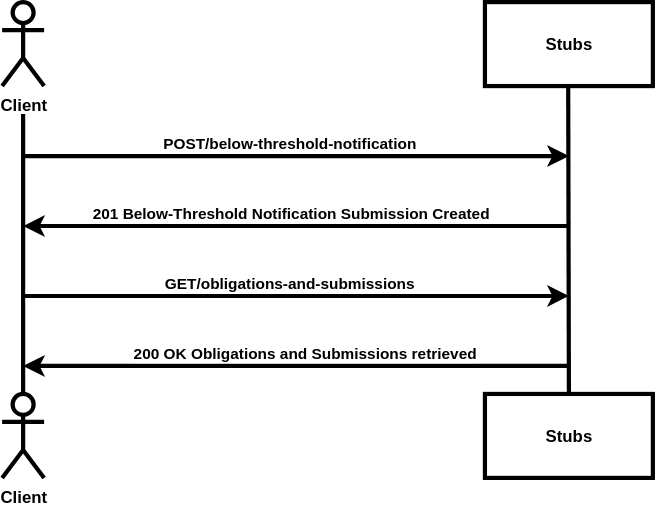
The draw.io diagram source/documentation/figures/btn-test-sequence.svg in hmrc/pillar2-service-guide, before a commit. Source tidied: cells renumbered, new cells last; positions are measured from the earlier drawing's top-left corner, leaving out a move shared by most shapes.
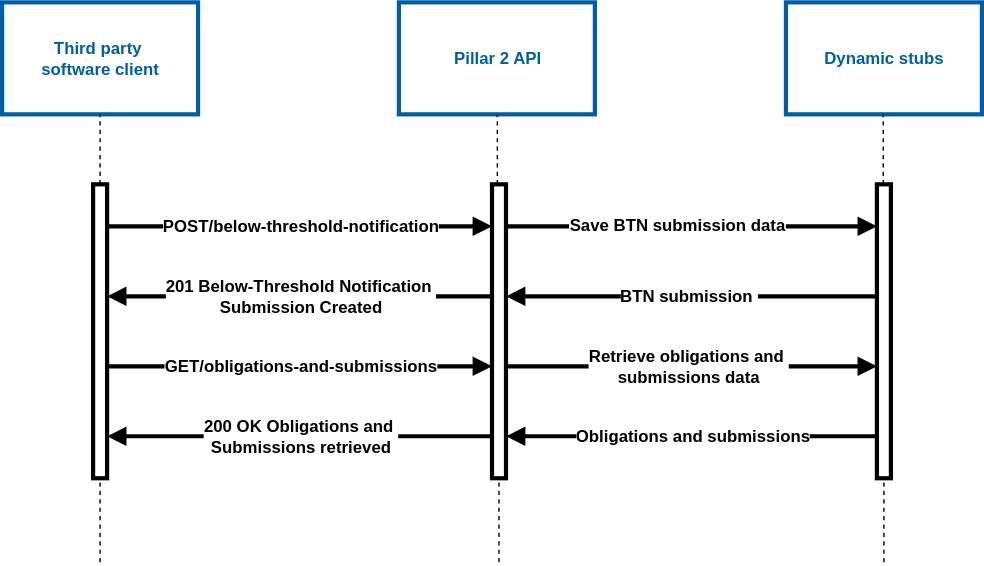
The same diagram one commit later.

Commit message:
Updated sequence diagrams

Change to the diagram source:
```diff
@@ -2,72 +2,123 @@
   <root>
     <mxCell id="0" />
     <mxCell id="1" parent="0" />
-    <mxCell id="2" value="Client" style="shape=umlActor;verticalLabelPosition=bottom;verticalAlign=top;html=1;fontStyle=1;strokeWidth=3;" parent="1" vertex="1">
-      <mxGeometry width="30" height="60" as="geometry" />
-    </mxCell>
-    <mxCell id="3" value="Client" style="shape=umlActor;verticalLabelPosition=bottom;verticalAlign=top;html=1;fontStyle=1;strokeWidth=3;" parent="1" vertex="1">
-      <mxGeometry y="280" width="30" height="60" as="geometry" />
-    </mxCell>
-    <mxCell id="4" style="endArrow=none;html=1;rounded=0;fontStyle=1;strokeWidth=3;" parent="1" edge="1">
-      <mxGeometry relative="1" as="geometry">
-        <mxPoint x="15" y="280" as="sourcePoint" />
-        <mxPoint x="15" y="80" as="targetPoint" />
-      </mxGeometry>
-    </mxCell>
-    <mxCell id="5" value="Stubs" style="rounded=0;whiteSpace=wrap;html=1;fontStyle=1;strokeWidth=3;" parent="1" vertex="1">
-      <mxGeometry x="345" width="120" height="60" as="geometry" />
-    </mxCell>
-    <mxCell id="6" value="Stubs" style="rounded=0;whiteSpace=wrap;html=1;fontStyle=1;strokeWidth=3;" parent="1" vertex="1">
-      <mxGeometry x="345" y="280" width="120" height="60" as="geometry" />
-    </mxCell>
-    <mxCell id="7" style="endArrow=none;html=1;rounded=0;exitX=0.5;exitY=0;exitDx=0;exitDy=0;fontStyle=1;strokeWidth=3;" parent="1" edge="1" source="6">
-      <mxGeometry relative="1" as="geometry">
-        <mxPoint x="404.5" y="60" as="targetPoint" />
-      </mxGeometry>
-    </mxCell>
-    <mxCell id="8" style="endArrow=classic;html=1;rounded=0;fontStyle=1;strokeWidth=3;" parent="1" edge="1">
-      <mxGeometry relative="1" as="geometry">
-        <mxPoint x="15" y="110" as="sourcePoint" />
-        <mxPoint x="405" y="110" as="targetPoint" />
-      </mxGeometry>
-    </mxCell>
+    <mxCell id="16" value="&lt;b&gt;&lt;font style=&quot;color: light-dark(rgb(0, 94, 165), rgb(237, 237, 237));&quot;&gt;Third party&amp;nbsp;&lt;/font&gt;&lt;/b&gt;&lt;div&gt;&lt;b&gt;&lt;font style=&quot;color: light-dark(rgb(0, 94, 165), rgb(237, 237, 237));&quot;&gt;software client&lt;/font&gt;&lt;/b&gt;&lt;/div&gt;" style="rounded=0;whiteSpace=wrap;html=1;strokeWidth=3;strokeColor=light-dark(#005ea5, #ededed);" parent="1" vertex="1">
+      <mxGeometry x="-25" y="50" width="140" height="80" as="geometry" />
+    </mxCell>
+    <mxCell id="17" style="endArrow=none;dashed=1;html=1;rounded=0;strokeWidth=1;" parent="1" edge="1" source="19" target="16">
+      <mxGeometry relative="1" as="geometry" />
+    </mxCell>
+    <mxCell id="18" style="endArrow=none;dashed=1;html=1;rounded=0;strokeWidth=1;" parent="1" edge="1" target="19">
+      <mxGeometry relative="1" as="geometry">
+        <mxPoint x="45" y="450" as="sourcePoint" />
+      </mxGeometry>
+    </mxCell>
+    <mxCell id="19" style="html=1;points=[[0,0,0,0,5],[0,1,0,0,-5],[1,0,0,0,5],[1,1,0,0,-5]];perimeter=orthogonalPerimeter;outlineConnect=0;targetShapes=umlLifeline;portConstraint=eastwest;newEdgeStyle={&quot;curved&quot;:0,&quot;rounded&quot;:0};strokeWidth=3;" parent="1" vertex="1">
+      <mxGeometry x="40" y="180" width="10" height="210" as="geometry" />
+    </mxCell>
+    <mxCell id="20" value="&lt;b&gt;&lt;font style=&quot;color: light-dark(rgb(0, 94, 165), rgb(237, 237, 237));&quot;&gt;Pillar 2 API&lt;/font&gt;&lt;/b&gt;" style="rounded=0;whiteSpace=wrap;html=1;strokeWidth=3;strokeColor=light-dark(#005ea5, #ededed);" parent="1" vertex="1">
+      <mxGeometry x="258.5" y="50" width="140" height="80" as="geometry" />
+    </mxCell>
+    <mxCell id="21" style="endArrow=none;dashed=1;html=1;rounded=0;strokeWidth=1;" parent="1" edge="1" source="26" target="20">
+      <mxGeometry relative="1" as="geometry" />
+    </mxCell>
+    <mxCell id="22" style="endArrow=none;dashed=1;html=1;rounded=0;strokeWidth=1;" parent="1" edge="1" target="26">
+      <mxGeometry relative="1" as="geometry">
+        <mxPoint x="330" y="450" as="sourcePoint" />
+      </mxGeometry>
+    </mxCell>
+    <mxCell id="23" style="endArrow=block;html=1;rounded=0;strokeWidth=3;endFill=1;" parent="1" edge="1" source="19" target="26">
+      <mxGeometry relative="1" as="geometry">
+        <Array as="points">
+          <mxPoint x="225" y="210" />
+        </Array>
+      </mxGeometry>
+    </mxCell>
-    <mxCell id="9" value="POST/below-threshold-notification" style="edgeLabel;html=1;align=center;verticalAlign=middle;fontStyle=1;" parent="8" vertex="1">
-      <mxGeometry x="-0.19" relative="1" as="geometry">
-        <mxPoint x="31" y="-10" as="offset" />
-      </mxGeometry>
+    <mxCell id="9" value="POST/below-threshold-notification" style="edgeLabel;html=1;align=center;verticalAlign=middle;fontStyle=1;fontSize=12;" parent="23" vertex="1">
+      <mxGeometry relative="1" as="geometry" />
     </mxCell>
-    <mxCell id="10" style="endArrow=classic;html=1;rounded=0;fontStyle=1;strokeWidth=3;" parent="1" edge="1">
-      <mxGeometry relative="1" as="geometry">
-        <mxPoint x="405" y="160" as="sourcePoint" />
-        <mxPoint x="15" y="160" as="targetPoint" />
-      </mxGeometry>
-    </mxCell>
+    <mxCell id="24" value="&lt;b style=&quot;background-color: transparent; color: light-dark(rgb(0, 0, 0), rgb(255, 255, 255));&quot;&gt;&lt;font style=&quot;color: light-dark(rgb(0, 94, 165), rgb(237, 237, 237));&quot;&gt;Dynamic stubs&lt;/font&gt;&lt;/b&gt;" style="rounded=0;whiteSpace=wrap;html=1;strokeWidth=3;strokeColor=light-dark(#005ea5, #ededed);" parent="1" vertex="1">
+      <mxGeometry x="535" y="50" width="140" height="80" as="geometry" />
+    </mxCell>
+    <mxCell id="25" style="endArrow=block;html=1;rounded=0;exitX=0.5;exitY=0.125;exitDx=0;exitDy=0;exitPerimeter=0;strokeWidth=3;endFill=1;" parent="1" edge="1" target="26">
+      <mxGeometry relative="1" as="geometry">
+        <mxPoint x="50" y="310" as="sourcePoint" />
+      </mxGeometry>
+    </mxCell>
+    <mxCell id="13" value="GET/obligations-and-submissions" style="edgeLabel;html=1;align=center;verticalAlign=middle;fontStyle=1;fontSize=12;" parent="25" vertex="1">
+      <mxGeometry relative="1" as="geometry" />
+    </mxCell>
+    <mxCell id="26" style="html=1;points=[[0,0,0,0,5],[0,1,0,0,-5],[1,0,0,0,5],[1,1,0,0,-5]];perimeter=orthogonalPerimeter;outlineConnect=0;targetShapes=umlLifeline;portConstraint=eastwest;newEdgeStyle={&quot;curved&quot;:0,&quot;rounded&quot;:0};strokeWidth=3;" parent="1" vertex="1">
+      <mxGeometry x="325" y="180" width="10" height="210" as="geometry" />
+    </mxCell>
+    <mxCell id="27" style="endArrow=block;html=1;rounded=0;strokeWidth=3;endFill=1;" parent="1" edge="1" source="26">
+      <mxGeometry relative="1" as="geometry">
+        <mxPoint x="600" y="210" as="targetPoint" />
+      </mxGeometry>
+    </mxCell>
+    <mxCell id="28" value="&lt;span style=&quot;font-size: 12px;&quot;&gt;&lt;b&gt;Save BTN submission data&lt;/b&gt;&lt;/span&gt;" style="edgeLabel;html=1;align=center;verticalAlign=middle;" parent="27" vertex="1">
+      <mxGeometry x="-0.09" y="2" relative="1" as="geometry">
+        <mxPoint x="1" y="1" as="offset" />
+      </mxGeometry>
+    </mxCell>
+    <mxCell id="29" style="endArrow=none;html=1;rounded=0;strokeWidth=3;startArrow=block;startFill=1;endFill=0;" parent="1" edge="1" source="19">
+      <mxGeometry relative="1" as="geometry">
+        <mxPoint x="325" y="260" as="targetPoint" />
+      </mxGeometry>
+    </mxCell>
-    <mxCell id="11" value="201 Below-Threshold Notification Submission Created" style="edgeLabel;html=1;align=center;verticalAlign=middle;fontStyle=1;" parent="10" vertex="1">
-      <mxGeometry x="0.13" relative="1" as="geometry">
-        <mxPoint x="20" y="-10" as="offset" />
-      </mxGeometry>
+    <mxCell id="11" value="201 Below-Threshold Notification&amp;nbsp;&lt;div&gt;Submission Created&lt;/div&gt;" style="edgeLabel;html=1;align=center;verticalAlign=middle;fontStyle=1;fontSize=12;" parent="29" vertex="1">
+      <mxGeometry relative="1" as="geometry" />
     </mxCell>
-    <mxCell id="12" style="endArrow=classic;html=1;rounded=0;fontStyle=1;strokeWidth=3;" parent="1" edge="1">
-      <mxGeometry relative="1" as="geometry">
-        <mxPoint x="15" y="210" as="sourcePoint" />
-        <mxPoint x="405" y="210" as="targetPoint" />
-      </mxGeometry>
-    </mxCell>
-    <mxCell id="13" value="GET/obligations-and-submissions" style="edgeLabel;html=1;align=center;verticalAlign=middle;fontStyle=1;" parent="12" vertex="1">
-      <mxGeometry x="-0.15" y="-2" relative="1" as="geometry">
-        <mxPoint x="23" y="-12" as="offset" />
-      </mxGeometry>
-    </mxCell>
-    <mxCell id="14" style="endArrow=classic;html=1;rounded=0;fontStyle=1;strokeWidth=3;" parent="1" edge="1">
-      <mxGeometry relative="1" as="geometry">
-        <mxPoint x="405" y="260" as="sourcePoint" />
-        <mxPoint x="15" y="260" as="targetPoint" />
-      </mxGeometry>
-    </mxCell>
+    <mxCell id="30" style="endArrow=none;html=1;rounded=0;exitX=0.5;exitY=0.125;exitDx=0;exitDy=0;exitPerimeter=0;strokeWidth=3;startArrow=block;startFill=1;endFill=0;" parent="1" edge="1">
+      <mxGeometry relative="1" as="geometry">
+        <mxPoint x="50" y="360" as="sourcePoint" />
+        <mxPoint x="325" y="360" as="targetPoint" />
+      </mxGeometry>
+    </mxCell>
-    <mxCell id="15" value="200 OK Obligations and Submissions retrieved" style="edgeLabel;html=1;align=center;verticalAlign=middle;fontStyle=1;" parent="14" vertex="1">
-      <mxGeometry y="2" relative="1" as="geometry">
-        <mxPoint x="5" y="-12" as="offset" />
-      </mxGeometry>
+    <mxCell id="15" value="200 OK Obligations and&amp;nbsp;&lt;div&gt;Submissions retrieved&lt;/div&gt;" style="edgeLabel;html=1;align=center;verticalAlign=middle;fontStyle=1;fontSize=12;" parent="30" vertex="1">
+      <mxGeometry relative="1" as="geometry" />
     </mxCell>
+    <mxCell id="31" style="endArrow=block;html=1;rounded=0;exitX=0.5;exitY=0.125;exitDx=0;exitDy=0;exitPerimeter=0;strokeWidth=3;endFill=1;" parent="1" edge="1" target="33">
+      <mxGeometry relative="1" as="geometry">
+        <mxPoint x="335" y="310" as="sourcePoint" />
+      </mxGeometry>
+    </mxCell>
+    <mxCell id="32" value="&lt;span style=&quot;font-size: 12px;&quot;&gt;&lt;b&gt;Retrieve obligations and&amp;nbsp;&lt;/b&gt;&lt;/span&gt;&lt;div&gt;&lt;span style=&quot;font-size: 12px;&quot;&gt;&lt;b&gt;submissions data&lt;/b&gt;&lt;/span&gt;&lt;/div&gt;" style="edgeLabel;html=1;align=center;verticalAlign=middle;" parent="31" vertex="1">
+      <mxGeometry x="-0.03" y="3" relative="1" as="geometry">
+        <mxPoint x="1" y="3" as="offset" />
+      </mxGeometry>
+    </mxCell>
+    <mxCell id="33" style="html=1;points=[[0,0,0,0,5],[0,1,0,0,-5],[1,0,0,0,5],[1,1,0,0,-5]];perimeter=orthogonalPerimeter;outlineConnect=0;targetShapes=umlLifeline;portConstraint=eastwest;newEdgeStyle={&quot;curved&quot;:0,&quot;rounded&quot;:0};strokeWidth=3;" parent="1" vertex="1">
+      <mxGeometry x="600" y="180" width="10" height="210" as="geometry" />
+    </mxCell>
+    <mxCell id="34" style="endArrow=none;dashed=1;html=1;rounded=0;strokeWidth=1;" parent="1" edge="1">
+      <mxGeometry relative="1" as="geometry">
+        <mxPoint x="604.5" y="180" as="sourcePoint" />
+        <mxPoint x="604.5" y="130" as="targetPoint" />
+      </mxGeometry>
+    </mxCell>
+    <mxCell id="35" style="endArrow=none;dashed=1;html=1;rounded=0;strokeWidth=1;" parent="1" edge="1" target="33">
+      <mxGeometry relative="1" as="geometry">
+        <mxPoint x="605" y="450" as="sourcePoint" />
+      </mxGeometry>
+    </mxCell>
+    <mxCell id="36" style="endArrow=none;html=1;rounded=0;strokeWidth=3;startArrow=block;startFill=1;endFill=0;" parent="1" edge="1" target="33">
+      <mxGeometry relative="1" as="geometry">
+        <mxPoint x="335" y="260" as="sourcePoint" />
+      </mxGeometry>
+    </mxCell>
+    <mxCell id="37" value="BTN submission&amp;nbsp;" style="edgeLabel;html=1;align=center;verticalAlign=middle;fontStyle=1;fontSize=12;" parent="36" vertex="1">
+      <mxGeometry relative="1" as="geometry">
+        <mxPoint x="-3" as="offset" />
+      </mxGeometry>
+    </mxCell>
+    <mxCell id="38" style="endArrow=none;html=1;rounded=0;strokeWidth=3;startArrow=block;startFill=1;endFill=0;" parent="1" edge="1" target="33">
+      <mxGeometry relative="1" as="geometry">
+        <mxPoint x="335" y="360" as="sourcePoint" />
+      </mxGeometry>
+    </mxCell>
+    <mxCell id="39" value="Obligations and submissions" style="edgeLabel;html=1;align=center;verticalAlign=middle;fontStyle=1;fontSize=12;" parent="38" vertex="1">
+      <mxGeometry relative="1" as="geometry" />
+    </mxCell>
   </root>
 </mxGraphModel>
```
